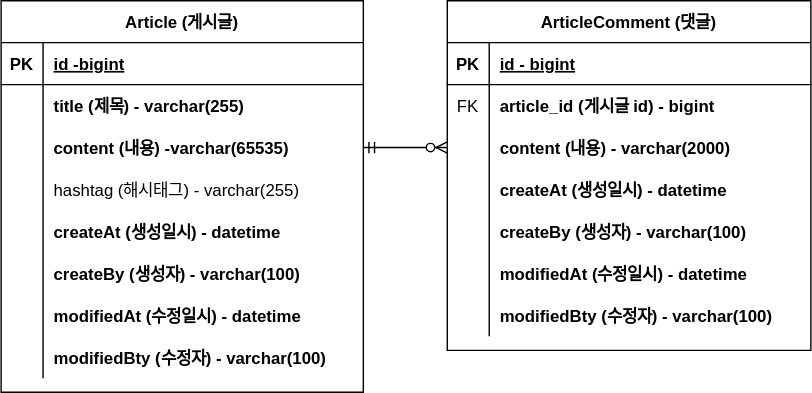
jihoone/project-board keeps this draw.io diagram as document/project-board -erd.svg. Above is the earlier version. Source tidied: cells renumbered, new cells last; positions are measured from the earlier drawing's top-left corner, leaving out a move shared by most shapes.
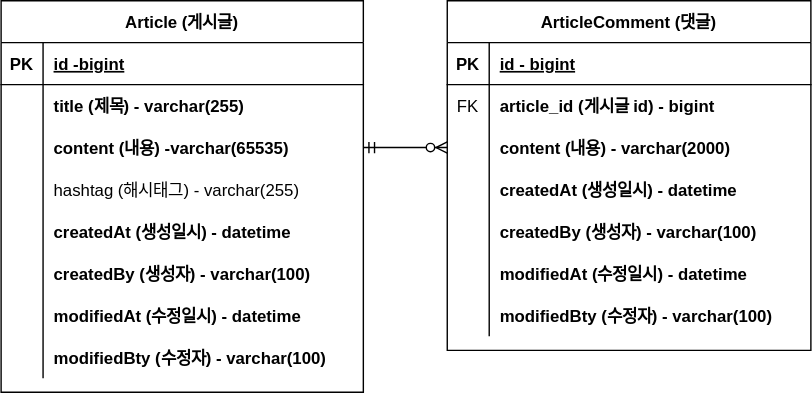
Above is the later version.

Commit message:
#8 - ERD 그림 오타 수정 : Update project-board -erd.svg

Diff of the diagram source:
```diff
@@ -47,7 +47,7 @@
     <mxCell id="16" style="shape=partialRectangle;fillColor=none;top=0;left=0;bottom=0;right=0;overflow=hidden;" parent="15" vertex="1">
       <mxGeometry width="30" height="30" as="geometry" />
     </mxCell>
-    <mxCell id="17" value="createAt (생성일시) - datetime" style="shape=partialRectangle;fillColor=none;top=0;left=0;bottom=0;right=0;align=left;spacingLeft=6;overflow=hidden;fontStyle=1;" parent="15" vertex="1">
+    <mxCell id="17" value="createdAt (생성일시) - datetime" style="shape=partialRectangle;fillColor=none;top=0;left=0;bottom=0;right=0;align=left;spacingLeft=6;overflow=hidden;fontStyle=1;" parent="15" vertex="1">
       <mxGeometry x="30" width="229" height="30" as="geometry" />
     </mxCell>
     <mxCell id="18" style="shape=tableRow;horizontal=0;startSize=0;swimlaneHead=0;swimlaneBody=0;fillColor=none;top=0;left=0;right=0;bottom=0;" parent="2" vertex="1">
@@ -56,7 +56,7 @@
     <mxCell id="19" style="shape=partialRectangle;fillColor=none;top=0;left=0;bottom=0;right=0;overflow=hidden;" parent="18" vertex="1">
       <mxGeometry width="30" height="30" as="geometry" />
     </mxCell>
-    <mxCell id="20" value="createBy (생성자) - varchar(100)" style="shape=partialRectangle;fillColor=none;top=0;left=0;bottom=0;right=0;align=left;spacingLeft=6;overflow=hidden;fontStyle=1;" parent="18" vertex="1">
+    <mxCell id="20" value="createdBy (생성자) - varchar(100)" style="shape=partialRectangle;fillColor=none;top=0;left=0;bottom=0;right=0;align=left;spacingLeft=6;overflow=hidden;fontStyle=1;" parent="18" vertex="1">
       <mxGeometry x="30" width="229" height="30" as="geometry" />
     </mxCell>
     <mxCell id="21" style="shape=tableRow;horizontal=0;startSize=0;swimlaneHead=0;swimlaneBody=0;fillColor=none;top=0;left=0;right=0;bottom=0;" parent="2" vertex="1">
@@ -113,7 +113,7 @@
     <mxCell id="38" style="shape=partialRectangle;fillColor=none;top=0;left=0;bottom=0;right=0;overflow=hidden;" parent="37" vertex="1">
       <mxGeometry width="30" height="30" as="geometry" />
     </mxCell>
-    <mxCell id="39" value="createAt (생성일시) - datetime" style="shape=partialRectangle;fillColor=none;top=0;left=0;bottom=0;right=0;align=left;spacingLeft=6;overflow=hidden;fontStyle=1;" parent="37" vertex="1">
+    <mxCell id="39" value="createdAt (생성일시) - datetime" style="shape=partialRectangle;fillColor=none;top=0;left=0;bottom=0;right=0;align=left;spacingLeft=6;overflow=hidden;fontStyle=1;" parent="37" vertex="1">
       <mxGeometry x="30" width="230" height="30" as="geometry" />
     </mxCell>
     <mxCell id="40" style="shape=tableRow;horizontal=0;startSize=0;swimlaneHead=0;swimlaneBody=0;fillColor=none;top=0;left=0;right=0;bottom=0;" parent="27" vertex="1">
@@ -122,7 +122,7 @@
     <mxCell id="41" style="shape=partialRectangle;fillColor=none;top=0;left=0;bottom=0;right=0;overflow=hidden;" parent="40" vertex="1">
       <mxGeometry width="30" height="30" as="geometry" />
     </mxCell>
-    <mxCell id="42" value="createBy (생성자) - varchar(100)" style="shape=partialRectangle;fillColor=none;top=0;left=0;bottom=0;right=0;align=left;spacingLeft=6;overflow=hidden;fontStyle=1;" parent="40" vertex="1">
+    <mxCell id="42" value="createdBy (생성자) - varchar(100)" style="shape=partialRectangle;fillColor=none;top=0;left=0;bottom=0;right=0;align=left;spacingLeft=6;overflow=hidden;fontStyle=1;" parent="40" vertex="1">
       <mxGeometry x="30" width="230" height="30" as="geometry" />
     </mxCell>
     <mxCell id="43" style="shape=tableRow;horizontal=0;startSize=0;swimlaneHead=0;swimlaneBody=0;fillColor=none;top=0;left=0;right=0;bottom=0;" parent="27" vertex="1">
```
